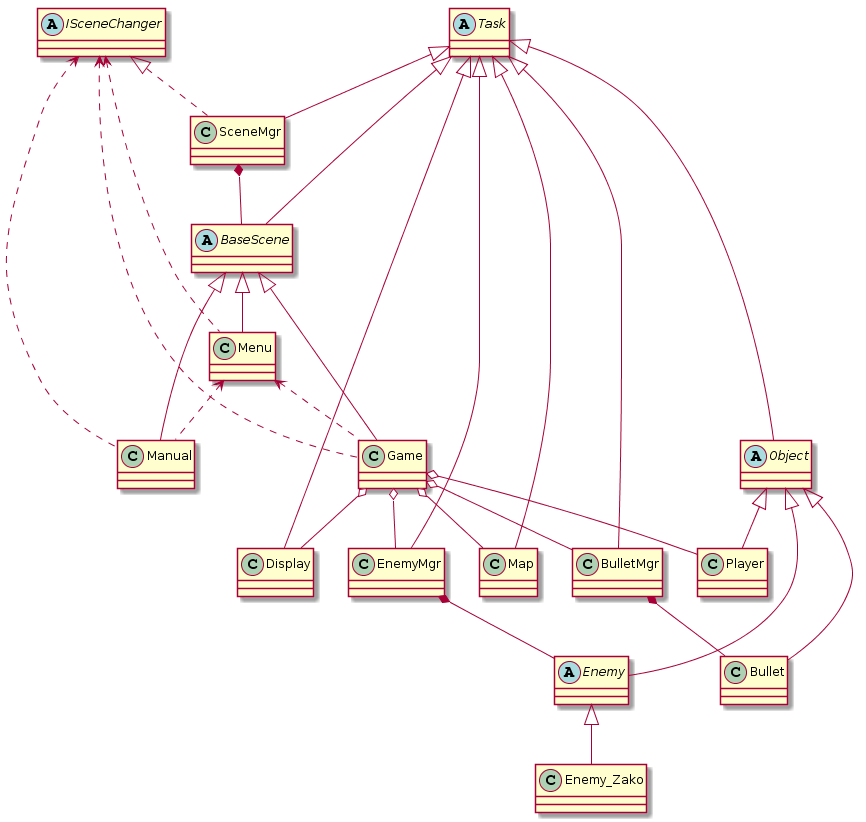
tako39/ActionGame keeps this PlantUML diagram as ClassDiagram/classdiagram.png. Above is the earlier version.
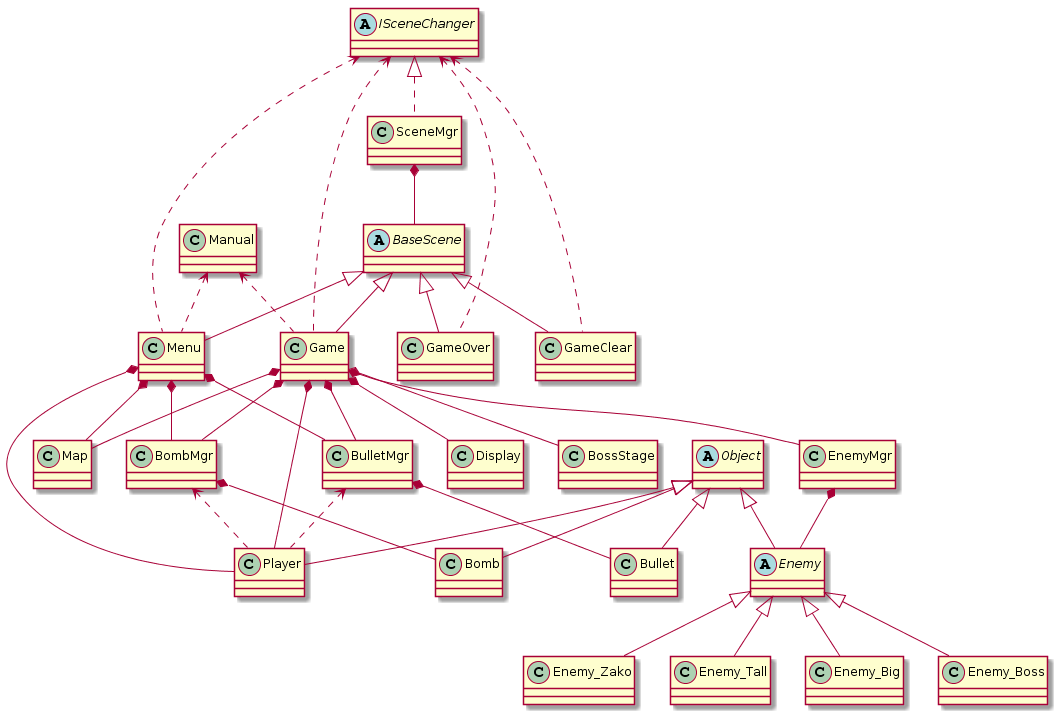
After the commit.

Commit message:
敵の生成位置の考慮、警告の削除、敵の数の変更、クラス図の変更

Diff of the diagram source:
```diff
@@ -1,59 +1,73 @@
 @startuml
-abstract class Task
-
 class SceneMgr
 
 abstract class ISceneChanger
 abstract class BaseScene
 class Menu
 class Game
+class GameOver
+class GameClear
+
 class Manual
+class Display
+class BossStage
 
 abstract class Object
 class Player
 class EnemyMgr
 abstract class Enemy
 class Enemy_Zako
+class Enemy_Tall
+class Enemy_Big
+class Enemy_Boss
 class Map
 class BulletMgr
 class Bullet
+class BombMgr
+class Bomb
 
-class Display
-
-Task <|-- SceneMgr
-Task <|-- BaseScene
 SceneMgr *-- BaseScene
 
 BaseScene <|-- Menu
 BaseScene <|-- Game
-BaseScene <|-- Manual
+BaseScene <|-- GameOver
+BaseScene <|-- GameClear
 
 ISceneChanger <|.. SceneMgr
+ISceneChanger <.. Game
 ISceneChanger <.. Menu
-ISceneChanger <.. Game
-ISceneChanger <.. Manual
+ISceneChanger <.. GameOver
+ISceneChanger <.. GameClear
 
-Menu <.. Game
-Menu <.. Manual
+Manual <.. Game
+Manual <.. Menu
 
-Task <|-- Object
 Object <|-- Player
 Object <|-- Enemy
 Enemy <|-- Enemy_Zako
+Enemy <|-- Enemy_Tall
+Enemy <|-- Enemy_Big
+Enemy <|-- Enemy_Boss
 Object <|-- Bullet
-Game o-- Player
+Object <|-- Bomb
 
-Task <|-- EnemyMgr
+Menu *-- Player
+Menu *-- BulletMgr
+Menu *-- BombMgr
+Menu *-- Map
+
+Game o-- BossStage
+Game *-- Player
+Game *-- EnemyMgr
+Game *-- BulletMgr
+Game *-- BombMgr
+Game *-- Map
+Game *-- Display
+
+BulletMgr <.. Player
+BombMgr <.. Player
+
 EnemyMgr *-- Enemy
-Game o-- EnemyMgr
-
-Task <|-- BulletMgr
 BulletMgr *-- Bullet
-Game o-- BulletMgr
-
-Task <|-- Map
-Game o-- Map
-
-Task <|-- Display
-Game o-- Display
+BombMgr *-- Bomb
 @enduml
```
